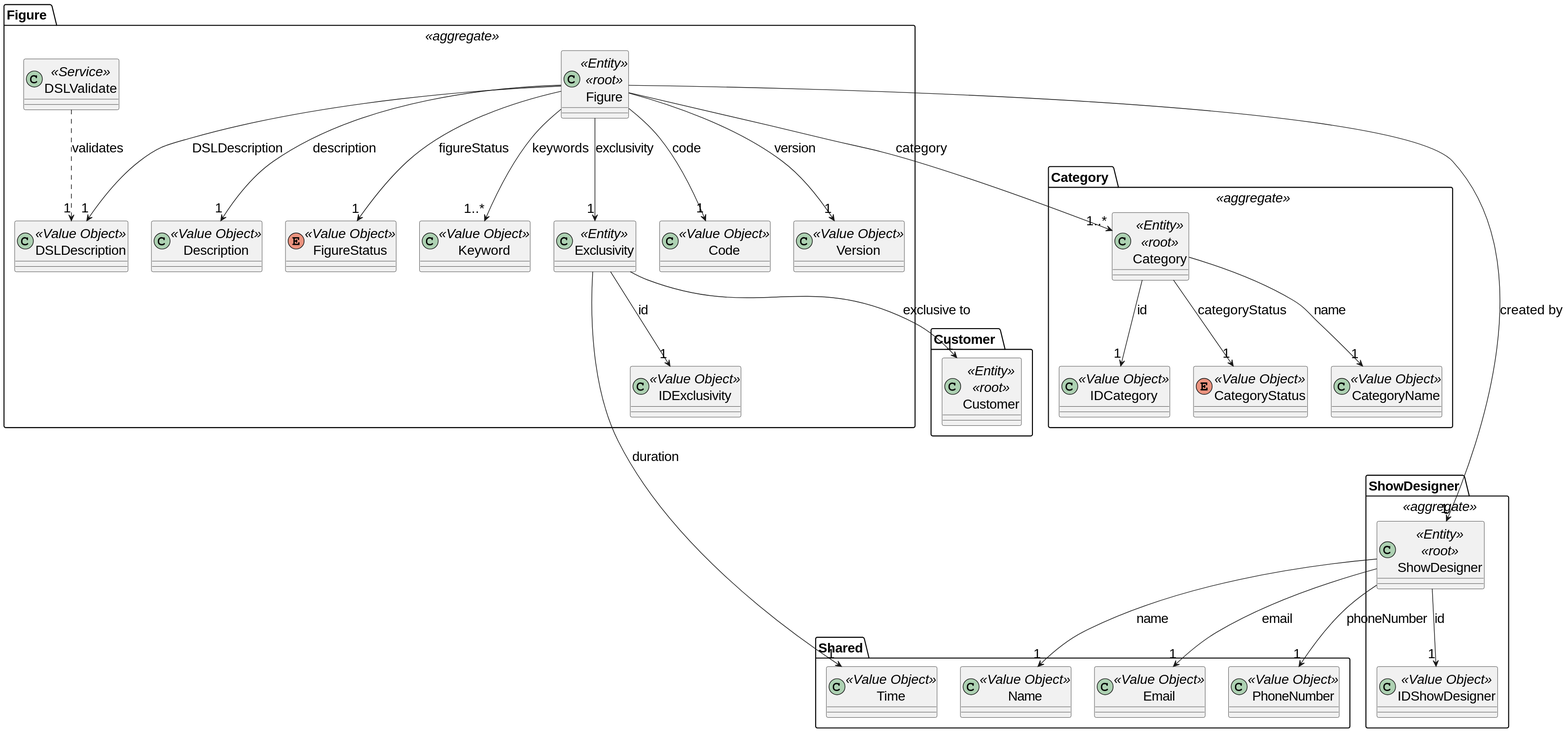
Earlier version of the PlantUML export docs/global_artifacts/analysis/images/domain_model_figure.svg (diogoveirospro/sem4pi-2024-2025-sem4pi_2024_2025_g44).
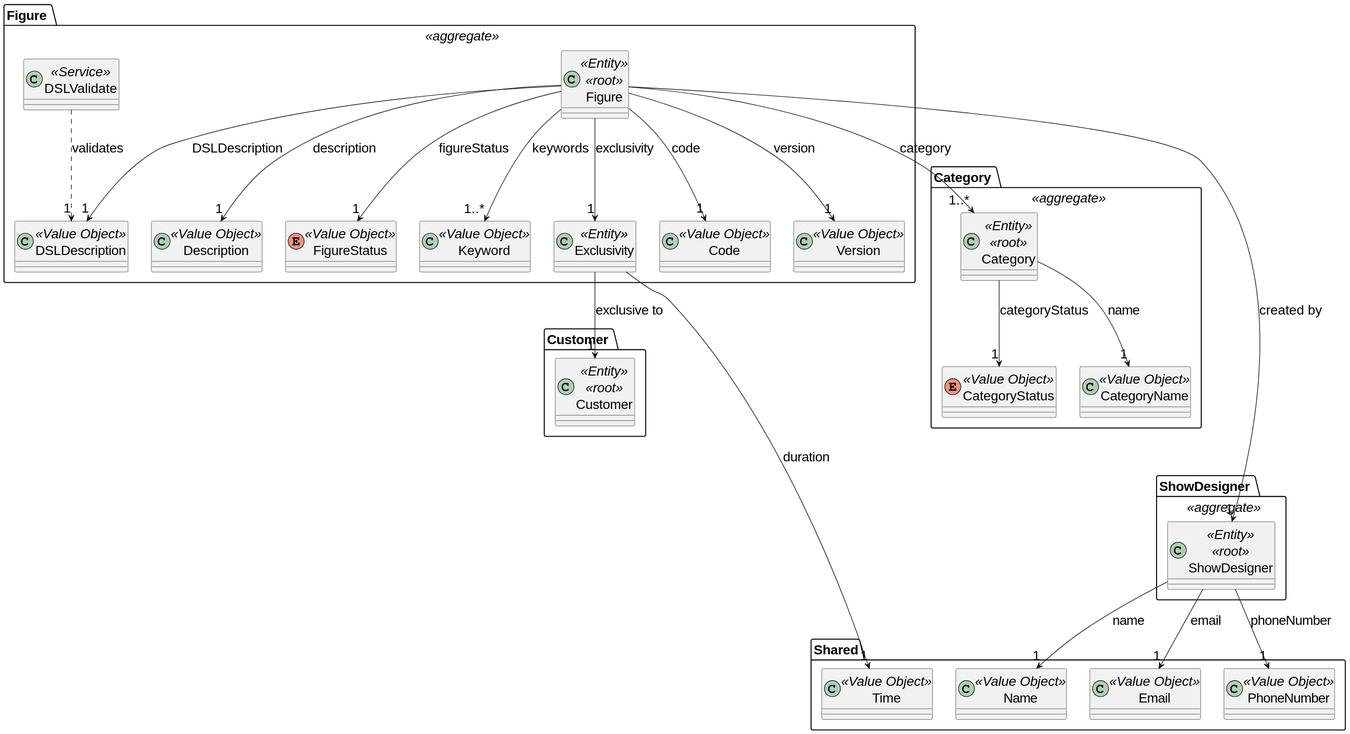
The same diagram one commit later.

Commit message:
#6 Elimination of domain model IDs.

The edit, as a diff of the source:
```diff
@@ -33,9 +33,6 @@
     class Exclusivity <<Entity>>{
     }
 
-    class IDExclusivity <<Value Object>>{
-    }
-
     class DSLValidate <<Service>>{
     }
 
@@ -51,15 +48,11 @@
     DSLValidate ..> "1" DSLDescription: validates
 
     Exclusivity --> "1" Customer: exclusive to
-    Exclusivity --> "1" IDExclusivity: id
 }
 
 package "Category " <<aggregate>>{
 
     class Category <<Entity>> <<root>>{
-    }
-
-    class IDCategory <<Value Object>>{
     }
 
     enum CategoryStatus <<Value Object>>{
@@ -68,7 +61,6 @@
     class CategoryName <<Value Object>>{
     }
 
-    Category --> "1" IDCategory: id
     Category --> "1" CategoryStatus: categoryStatus
     Category --> "1" CategoryName: name
 
@@ -79,11 +71,6 @@
 
     class ShowDesigner <<Entity>> <<root>>{
     }
-
-    class IDShowDesigner <<Value Object>>{
-    }
-
-    ShowDesigner --> "1" IDShowDesigner: id
 
     Figure --> "1" ShowDesigner: created by
 }
```
